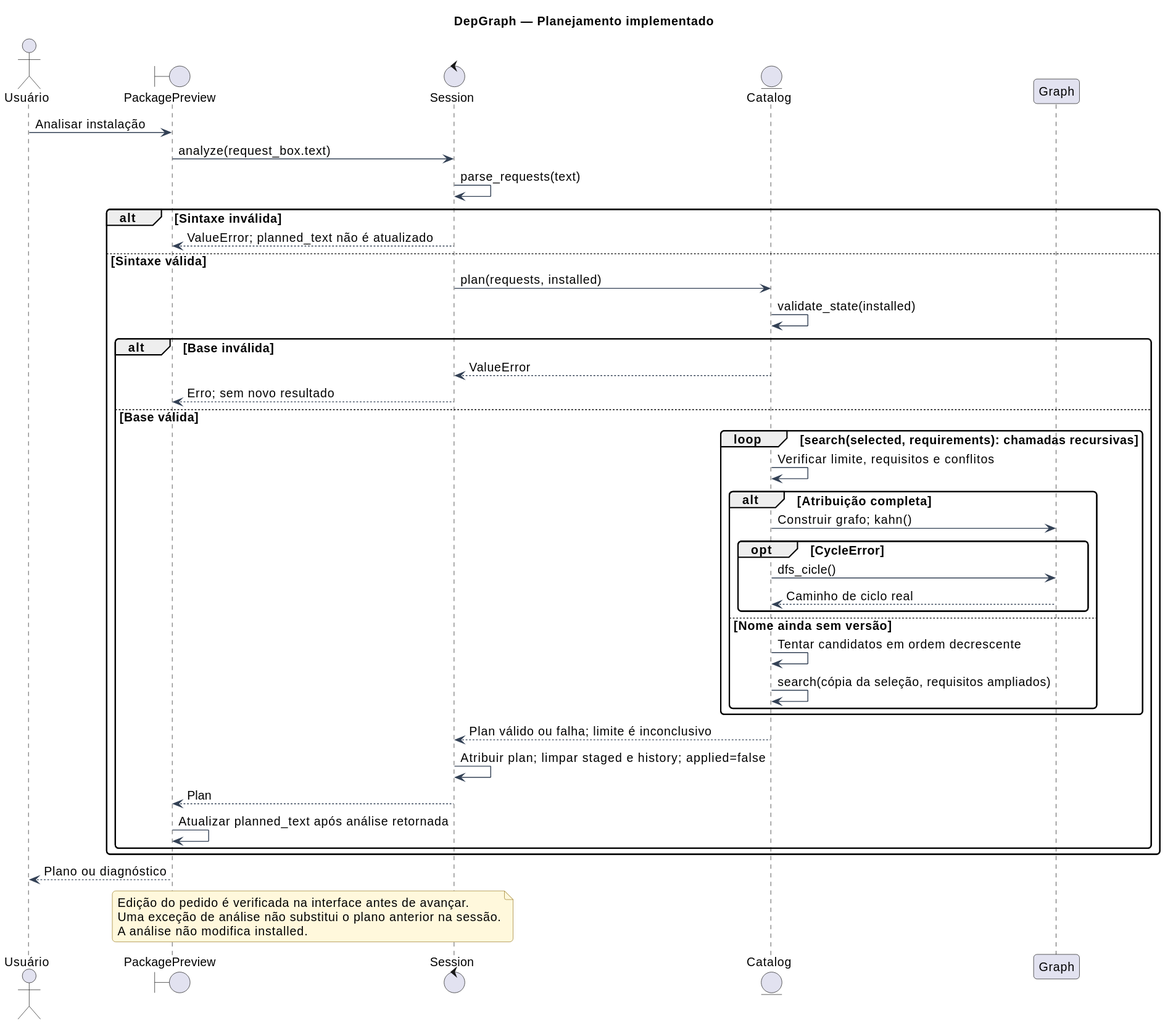
Earlier version of the PlantUML export docs/modelagem/imagens/05-sequencia-planejamento.svg (caiokfuri/gestaoDependencias).
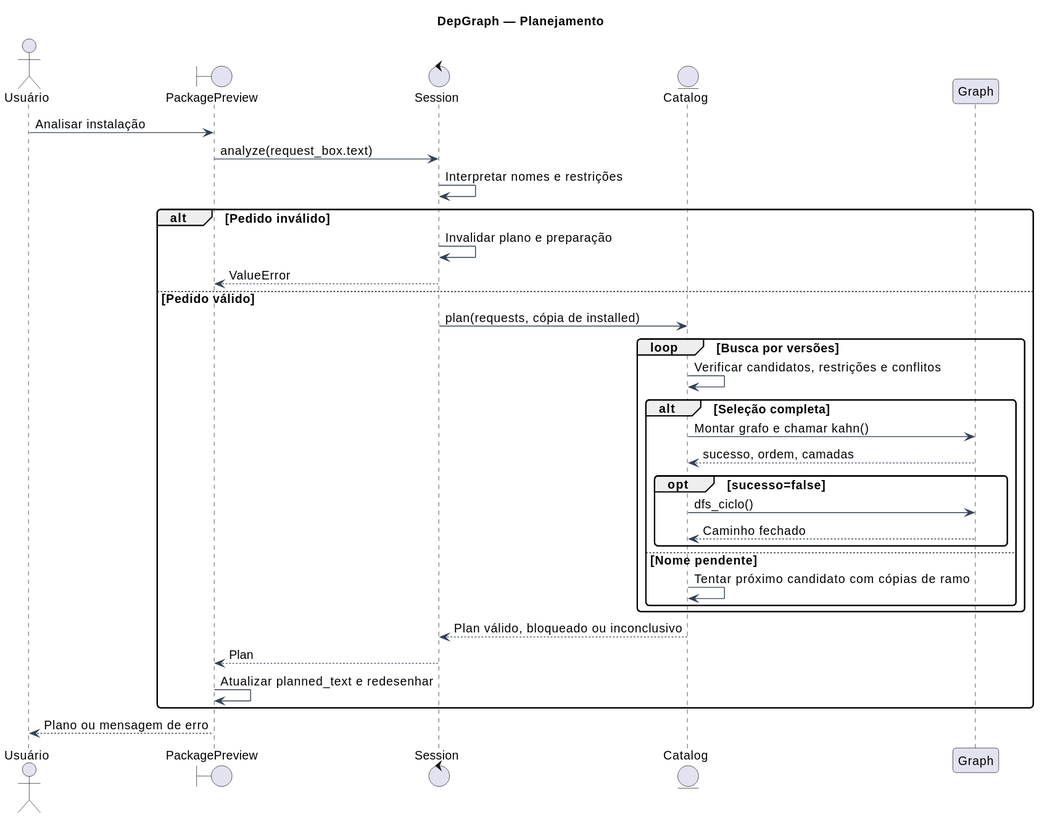
After the change.

The edit, as a diff of the source:
```diff
@@ -1,6 +1,6 @@
 @startuml
 !include estilo.puml
-title DepGraph — Planejamento implementado
+title DepGraph — Planejamento
 actor Usuário as U
 boundary PackagePreview as I
 control Session as S
@@ -8,39 +8,28 @@
 participant Graph as G
 U -> I : Analisar instalação
 I -> S : analyze(request_box.text)
-S -> S : parse_requests(text)
-alt Sintaxe inválida
- S --> I : ValueError; planned_text não é atualizado
-else Sintaxe válida
- S -> C : plan(requests, installed)
- C -> C : validate_state(installed)
- alt Base inválida
-  C --> S : ValueError
-  S --> I : Erro; sem novo resultado
- else Base válida
-  loop search(selected, requirements): chamadas recursivas
-   C -> C : Verificar limite, requisitos e conflitos
-   alt Atribuição completa
-    C -> G : Construir grafo; kahn()
-    opt CycleError
-     C -> G : dfs_cicle()
-     G --> C : Caminho de ciclo real
-    end
-   else Nome ainda sem versão
-    C -> C : Tentar candidatos em ordem decrescente
-    C -> C : search(cópia da seleção, requisitos ampliados)
+S -> S : Interpretar nomes e restrições
+alt Pedido inválido
+ S -> S : Invalidar plano e preparação
+ S --> I : ValueError
+else Pedido válido
+ S -> C : plan(requests, cópia de installed)
+ loop Busca por versões
+  C -> C : Verificar candidatos, restrições e conflitos
+  alt Seleção completa
+   C -> G : Montar grafo e chamar kahn()
+   G --> C : sucesso, ordem, camadas
+   opt sucesso=false
+    C -> G : dfs_ciclo()
+    G --> C : Caminho fechado
    end
+  else Nome pendente
+   C -> C : Tentar próximo candidato com cópias de ramo
   end
-  C --> S : Plan válido ou falha; limite é inconclusivo
-  S -> S : Atribuir plan; limpar staged e history; applied=false
-  S --> I : Plan
-  I -> I : Atualizar planned_text após análise retornada
  end
+ C --> S : Plan válido, bloqueado ou inconclusivo
+ S --> I : Plan
+ I -> I : Atualizar planned_text e redesenhar
 end
-I --> U : Plano ou diagnóstico
-note over I,S
- Edição do pedido é verificada na interface antes de avançar.
- Uma exceção de análise não substitui o plano anterior na sessão.
- A análise não modifica installed.
-end note
+I --> U : Plano ou mensagem de erro
 @enduml
```
